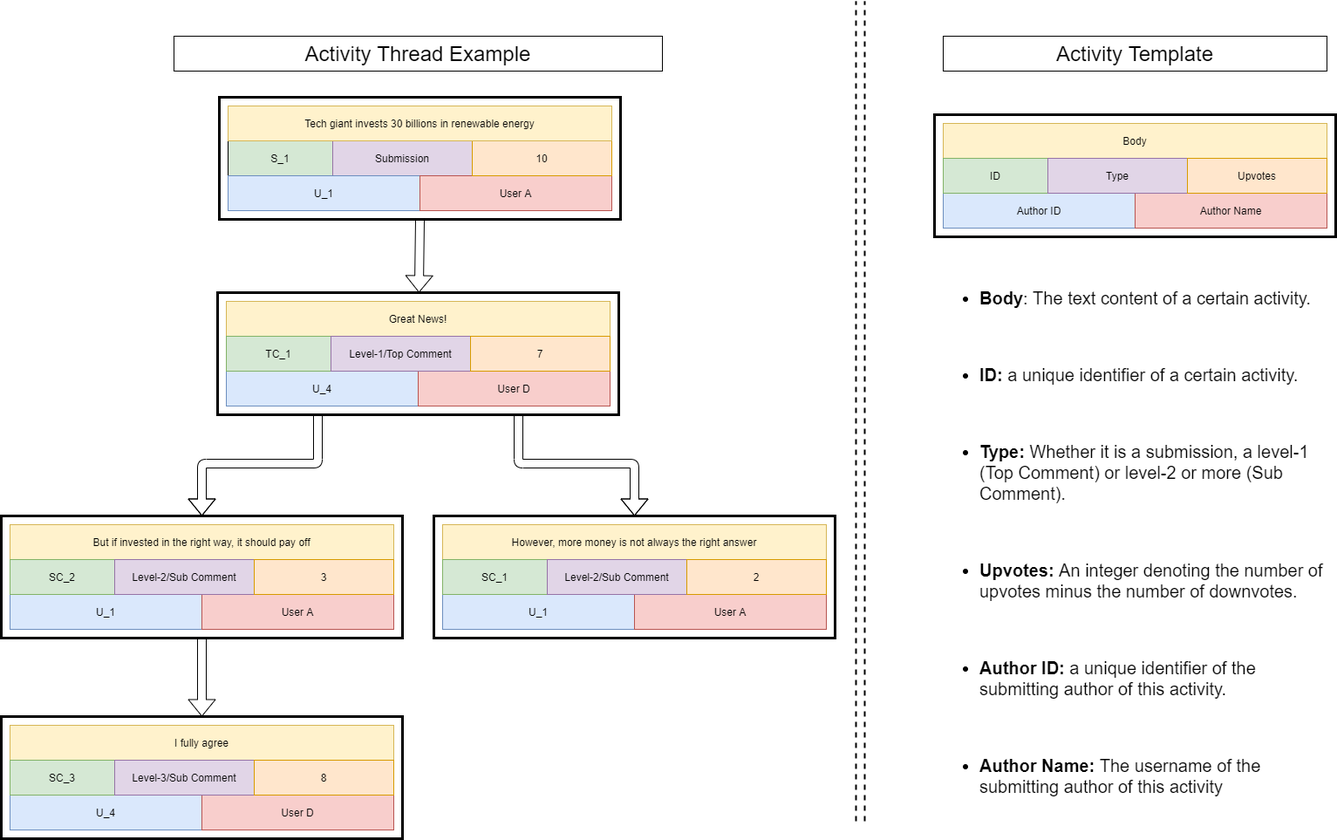
Before: docs/figures/figures/Activity_Thread_one_submission.png, a diagram exported from draw.io (MohammedGuniem/social-media-influence-analyzer). Source tidied: cells renumbered, new cells last; positions are measured from the earlier drawing's top-left corner, leaving out a move shared by most shapes.
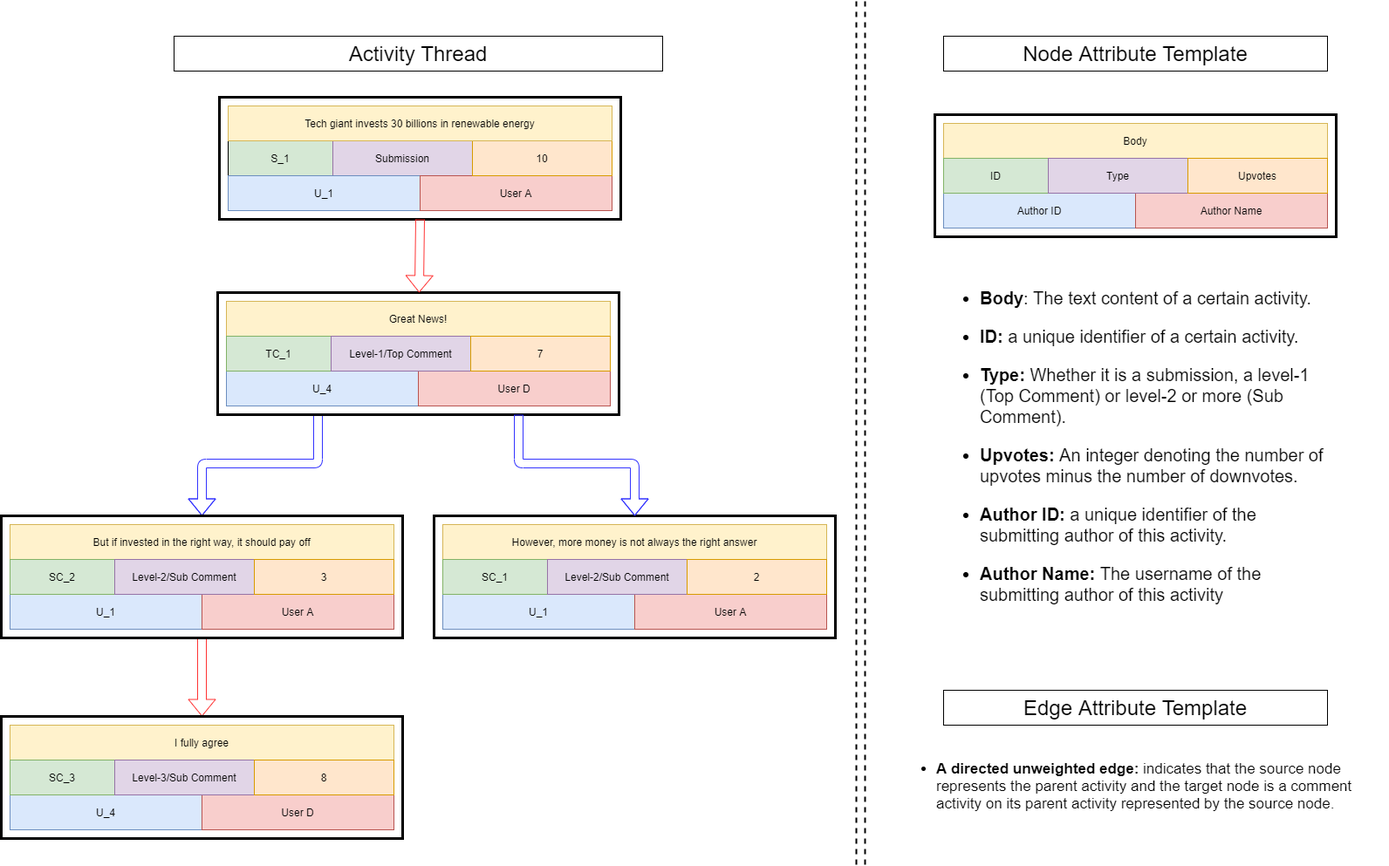
Later version of the same file.

Commit message:
edited the graph plots and example models for one submission to include predicated topic

Diff of the diagram source:
```diff
@@ -107,31 +107,31 @@
     <mxCell id="36" value="Upvotes" style="rounded=0;whiteSpace=wrap;html=1;strokeColor=#d79b00;fillColor=#ffe6cc;" parent="1" vertex="1">
       <mxGeometry x="1360" y="180" width="160" height="40" as="geometry" />
     </mxCell>
-    <mxCell id="37" value="&lt;font style=&quot;font-size: 24px&quot;&gt;Activity Template&lt;/font&gt;" style="text;html=1;fillColor=none;align=center;verticalAlign=middle;whiteSpace=wrap;rounded=0;strokeColor=#000000;" parent="1" vertex="1">
+    <mxCell id="37" value="&lt;span style=&quot;font-size: 24px&quot;&gt;Node Attribute Template&lt;/span&gt;" style="text;html=1;fillColor=none;align=center;verticalAlign=middle;whiteSpace=wrap;rounded=0;strokeColor=#000000;" parent="1" vertex="1">
       <mxGeometry x="1080" y="40" width="440" height="40" as="geometry" />
     </mxCell>
     <mxCell id="38" style="endArrow=none;dashed=1;html=1;strokeWidth=2;" parent="1" edge="1">
       <mxGeometry relative="1" as="geometry">
-        <mxPoint x="980" y="940" as="sourcePoint" />
+        <mxPoint x="980" y="990" as="sourcePoint" />
         <mxPoint x="980" as="targetPoint" />
       </mxGeometry>
     </mxCell>
     <mxCell id="39" style="endArrow=none;dashed=1;html=1;strokeWidth=2;" parent="1" edge="1">
       <mxGeometry relative="1" as="geometry">
-        <mxPoint x="990" y="940" as="sourcePoint" />
+        <mxPoint x="990" y="990" as="sourcePoint" />
         <mxPoint x="990" as="targetPoint" />
       </mxGeometry>
     </mxCell>
-    <mxCell id="40" value="&lt;font style=&quot;font-size: 24px&quot;&gt;Activity Thread Example&lt;/font&gt;" style="text;html=1;fillColor=none;align=center;verticalAlign=middle;whiteSpace=wrap;rounded=0;strokeColor=#000000;" parent="1" vertex="1">
+    <mxCell id="40" value="&lt;font style=&quot;font-size: 24px&quot;&gt;Activity Thread&lt;/font&gt;" style="text;html=1;fillColor=none;align=center;verticalAlign=middle;whiteSpace=wrap;rounded=0;strokeColor=#000000;" parent="1" vertex="1">
       <mxGeometry x="198" y="40" width="560" height="40" as="geometry" />
     </mxCell>
-    <mxCell id="41" value="&lt;ul style=&quot;font-size: 20px&quot;&gt;&lt;li&gt;&lt;font style=&quot;font-size: 20px&quot;&gt;&lt;b&gt;Body&lt;/b&gt;: The text content of a certain activity.&lt;/font&gt;&lt;/li&gt;&lt;/ul&gt;&lt;div style=&quot;font-size: 20px&quot;&gt;&lt;font style=&quot;font-size: 20px&quot;&gt;&lt;br&gt;&lt;/font&gt;&lt;/div&gt;&lt;ul style=&quot;font-size: 20px&quot;&gt;&lt;li&gt;&lt;font style=&quot;font-size: 20px&quot;&gt;&lt;b&gt;ID: &lt;/b&gt;a unique identifier of a certain activity.&lt;/font&gt;&lt;/li&gt;&lt;/ul&gt;&lt;div style=&quot;font-size: 20px&quot;&gt;&lt;font style=&quot;font-size: 20px&quot;&gt;&lt;br&gt;&lt;/font&gt;&lt;/div&gt;&lt;ul style=&quot;font-size: 20px&quot;&gt;&lt;li&gt;&lt;font style=&quot;font-size: 20px&quot;&gt;&lt;b&gt;Type:&lt;/b&gt; Whether it is a submission, a level-1 (Top Comment) or level-2 or more (Sub Comment).&lt;/font&gt;&lt;/li&gt;&lt;/ul&gt;&lt;div style=&quot;font-size: 20px&quot;&gt;&lt;font style=&quot;font-size: 20px&quot;&gt;&lt;br&gt;&lt;/font&gt;&lt;/div&gt;&lt;ul style=&quot;font-size: 20px&quot;&gt;&lt;li&gt;&lt;font style=&quot;font-size: 20px&quot;&gt;&lt;b&gt;Upvotes: &lt;/b&gt;An integer denoting the number of upvotes minus the number of downvotes.&lt;/font&gt;&lt;/li&gt;&lt;/ul&gt;&lt;div style=&quot;font-size: 20px&quot;&gt;&lt;font style=&quot;font-size: 20px&quot;&gt;&lt;br&gt;&lt;/font&gt;&lt;/div&gt;&lt;ul style=&quot;font-size: 20px&quot;&gt;&lt;li&gt;&lt;font style=&quot;font-size: 20px&quot;&gt;&lt;b&gt;Author ID: &lt;/b&gt;a unique identifier of the submitting author of this activity.&lt;/font&gt;&lt;/li&gt;&lt;/ul&gt;&lt;div style=&quot;font-size: 20px&quot;&gt;&lt;font style=&quot;font-size: 20px&quot;&gt;&lt;br&gt;&lt;/font&gt;&lt;/div&gt;&lt;ul style=&quot;font-size: 20px&quot;&gt;&lt;li&gt;&lt;font style=&quot;font-size: 20px&quot;&gt;&lt;b&gt;Author Name:&lt;/b&gt; The username of the submitting author of this activity&amp;nbsp;&lt;/font&gt;&lt;/li&gt;&lt;/ul&gt;" style="text;html=1;strokeColor=none;fillColor=none;align=left;verticalAlign=middle;whiteSpace=wrap;rounded=0;" parent="1" vertex="1">
-      <mxGeometry x="1080" y="320" width="440" height="600" as="geometry" />
+    <mxCell id="41" value="&lt;ul style=&quot;font-size: 20px&quot;&gt;&lt;li&gt;&lt;font style=&quot;font-size: 20px&quot;&gt;&lt;b&gt;Body&lt;/b&gt;: The text content of a certain activity.&lt;/font&gt;&lt;/li&gt;&lt;/ul&gt;&lt;ul style=&quot;font-size: 20px&quot;&gt;&lt;li&gt;&lt;font style=&quot;font-size: 20px&quot;&gt;&lt;b&gt;ID: &lt;/b&gt;a unique identifier of a certain activity.&lt;/font&gt;&lt;/li&gt;&lt;/ul&gt;&lt;ul style=&quot;font-size: 20px&quot;&gt;&lt;li&gt;&lt;font style=&quot;font-size: 20px&quot;&gt;&lt;b&gt;Type:&lt;/b&gt; Whether it is a submission, a level-1 (Top Comment) or level-2 or more (Sub Comment).&lt;/font&gt;&lt;/li&gt;&lt;/ul&gt;&lt;ul style=&quot;font-size: 20px&quot;&gt;&lt;li&gt;&lt;font style=&quot;font-size: 20px&quot;&gt;&lt;b&gt;Upvotes: &lt;/b&gt;An integer denoting the number of upvotes minus the number of downvotes.&lt;/font&gt;&lt;/li&gt;&lt;/ul&gt;&lt;ul style=&quot;font-size: 20px&quot;&gt;&lt;li&gt;&lt;font style=&quot;font-size: 20px&quot;&gt;&lt;b&gt;Author ID: &lt;/b&gt;a unique identifier of the submitting author of this activity.&lt;/font&gt;&lt;/li&gt;&lt;/ul&gt;&lt;ul style=&quot;font-size: 20px&quot;&gt;&lt;li&gt;&lt;font style=&quot;font-size: 20px&quot;&gt;&lt;b&gt;Author Name:&lt;/b&gt; The username of the submitting author of this activity&amp;nbsp;&lt;/font&gt;&lt;/li&gt;&lt;/ul&gt;" style="text;html=1;strokeColor=none;fillColor=none;align=left;verticalAlign=middle;whiteSpace=wrap;rounded=0;" parent="1" vertex="1">
+      <mxGeometry x="1080" y="320" width="440" height="380" as="geometry" />
     </mxCell>
-    <mxCell id="42" style="shape=flexArrow;endArrow=classic;html=1;exitX=0.5;exitY=1;exitDx=0;exitDy=0;entryX=0.5;entryY=0;entryDx=0;entryDy=0;" parent="1" edge="1" source="47" target="48">
+    <mxCell id="42" style="shape=flexArrow;endArrow=classic;html=1;exitX=0.5;exitY=1;exitDx=0;exitDy=0;entryX=0.5;entryY=0;entryDx=0;entryDy=0;strokeColor=#FF3333;" parent="1" edge="1" source="47" target="48">
       <mxGeometry relative="1" as="geometry" />
     </mxCell>
-    <mxCell id="43" style="shape=flexArrow;endArrow=classic;html=1;entryX=0.5;entryY=0;entryDx=0;entryDy=0;exitX=0.25;exitY=1;exitDx=0;exitDy=0;" parent="1" edge="1" source="46" target="47">
+    <mxCell id="43" style="shape=flexArrow;endArrow=classic;html=1;entryX=0.5;entryY=0;entryDx=0;entryDy=0;exitX=0.25;exitY=1;exitDx=0;exitDy=0;strokeColor=#3333FF;" parent="1" edge="1" source="46" target="47">
       <mxGeometry relative="1" as="geometry">
         <Array as="points">
           <mxPoint x="363" y="530" />
@@ -160,10 +160,10 @@
     <mxCell id="50" value="Tech giant invests 30 billions in renewable energy" style="rounded=0;whiteSpace=wrap;html=1;fillColor=#fff2cc;strokeColor=#d6b656;" parent="1" vertex="1">
       <mxGeometry x="260" y="120" width="440" height="40" as="geometry" />
     </mxCell>
-    <mxCell id="51" style="shape=flexArrow;endArrow=classic;html=1;exitX=0.5;exitY=1;exitDx=0;exitDy=0;" parent="1" edge="1" source="44" target="46">
+    <mxCell id="51" style="shape=flexArrow;endArrow=classic;html=1;exitX=0.5;exitY=1;exitDx=0;exitDy=0;strokeColor=#FF3333;" parent="1" edge="1" source="44" target="46">
       <mxGeometry relative="1" as="geometry" />
     </mxCell>
-    <mxCell id="52" style="shape=flexArrow;endArrow=classic;html=1;exitX=0.75;exitY=1;exitDx=0;exitDy=0;entryX=0.5;entryY=0;entryDx=0;entryDy=0;" parent="1" edge="1" source="46" target="45">
+    <mxCell id="52" style="shape=flexArrow;endArrow=classic;html=1;exitX=0.75;exitY=1;exitDx=0;exitDy=0;entryX=0.5;entryY=0;entryDx=0;entryDy=0;strokeColor=#3333FF;" parent="1" edge="1" source="46" target="45">
       <mxGeometry relative="1" as="geometry">
         <Array as="points">
           <mxPoint x="593" y="530" />
@@ -171,5 +171,11 @@
         </Array>
       </mxGeometry>
     </mxCell>
+    <mxCell id="53" value="&lt;font style=&quot;font-size: 24px&quot;&gt;Edge&amp;nbsp;&lt;/font&gt;&lt;span style=&quot;font-size: 24px&quot;&gt;Attribute Template&lt;/span&gt;" style="text;html=1;fillColor=none;align=center;verticalAlign=middle;whiteSpace=wrap;rounded=0;strokeColor=#000000;" parent="1" vertex="1">
+      <mxGeometry x="1080" y="790" width="440" height="40" as="geometry" />
+    </mxCell>
+    <mxCell id="54" value="&lt;ul style=&quot;font-size: 17px&quot;&gt;&lt;li&gt;&lt;font style=&quot;font-size: 17px&quot;&gt;&lt;b&gt;A directed unweighted edge: &lt;/b&gt;indicates that the source node represents the parent activity and the target node is a comment activity on its parent activity represented by the source node.&amp;nbsp;&lt;/font&gt;&lt;/li&gt;&lt;/ul&gt;" style="text;html=1;strokeColor=none;fillColor=none;align=left;verticalAlign=middle;whiteSpace=wrap;rounded=0;" parent="1" vertex="1">
+      <mxGeometry x="1030" y="840" width="560" height="120" as="geometry" />
+    </mxCell>
   </root>
 </mxGraphModel>
```
